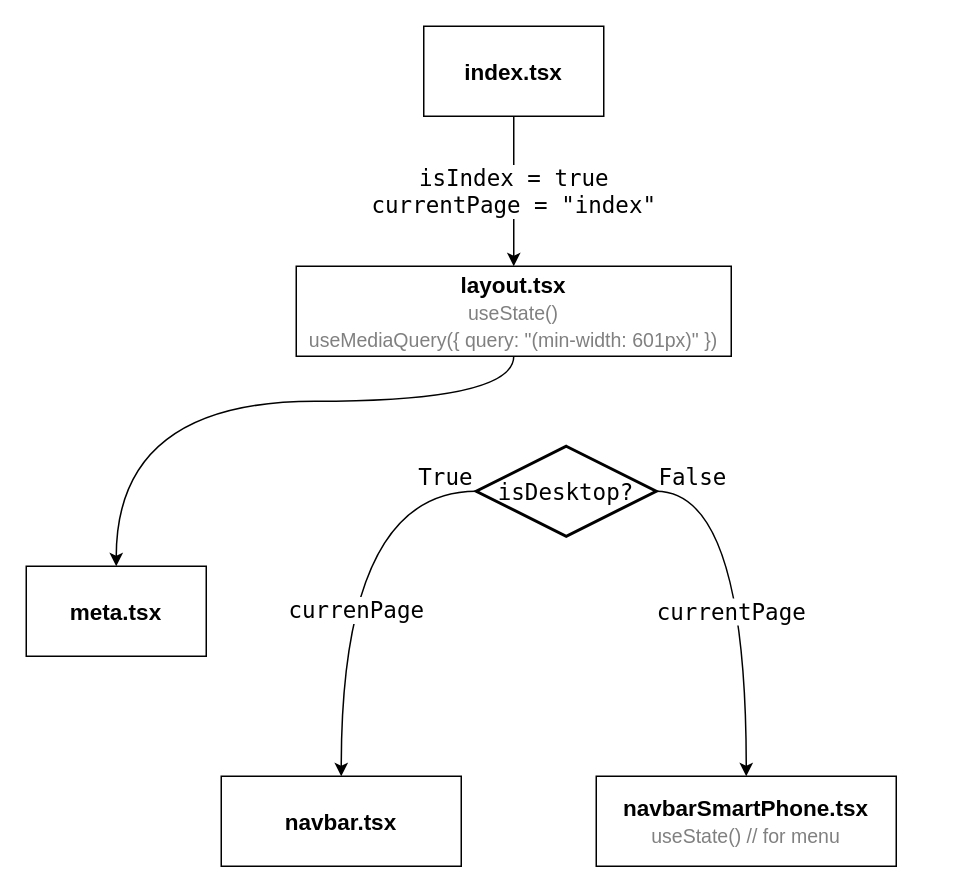
The draw.io diagram component_tree.drawio in Kashiwade-music/kashiwade-homepage, before the edit. Source tidied: cells renumbered, new cells numbered last; positions are measured from the earlier drawing's top-left corner, leaving out a move shared by most shapes. Both pictures are drawn from the tidied source at 150%, with x=0, y=0 at pixel (26, 26).
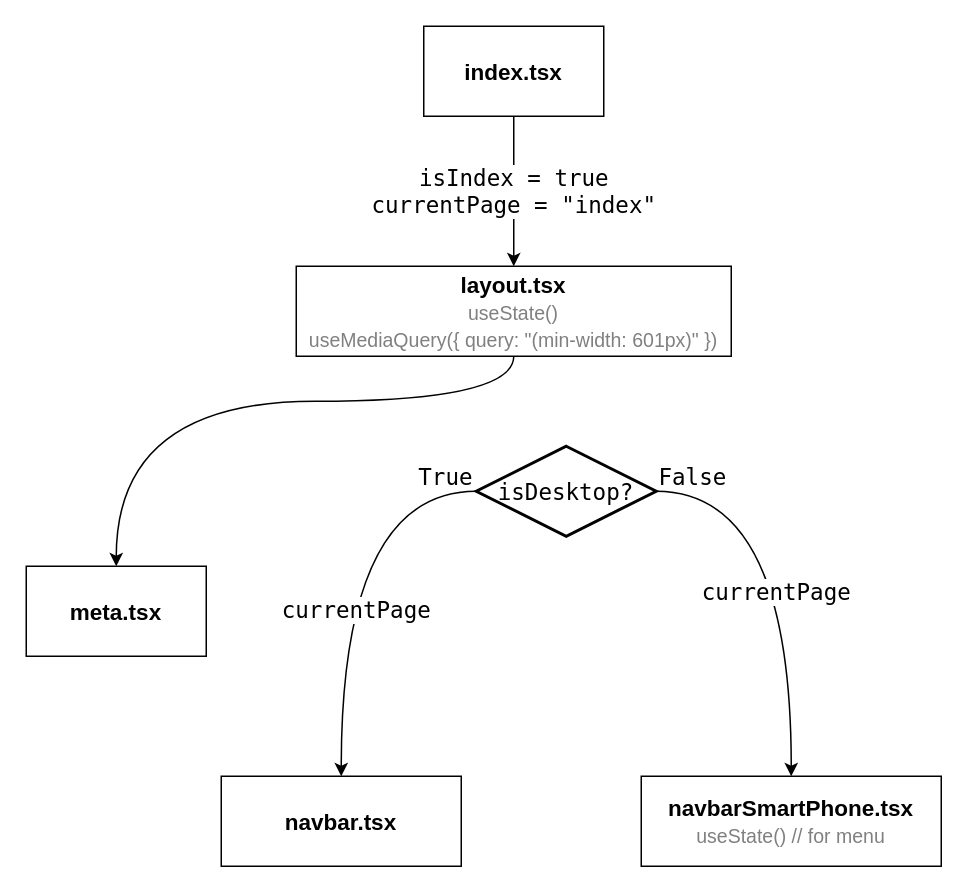
The same page after the edit.

What changed in the source:
```diff
@@
 <mxGraphModel>
   <root>
     <mxCell id="0" />
     <mxCell id="1" parent="0" />
     <mxCell id="2" value="isIndex = true&lt;br&gt;currentPage = &quot;index&quot;" style="edgeStyle=orthogonalEdgeStyle;rounded=0;jettySize=auto;html=1;entryX=0.5;entryY=0;entryDx=0;entryDy=0;fontSize=15;align=center;fontFamily=Lucida Console;" parent="1" edge="1" source="3" target="5">
       <mxGeometry relative="1" as="geometry" />
     </mxCell>
     <mxCell id="3" value="index.tsx" style="rounded=0;whiteSpace=wrap;html=1;fontSize=15;fontStyle=1;" parent="1" vertex="1">
       <mxGeometry x="265" width="120" height="60" as="geometry" />
     </mxCell>
     <mxCell id="4" style="edgeStyle=orthogonalEdgeStyle;rounded=0;jettySize=auto;html=1;fontFamily=Lucida Console;fontSize=15;align=left;curved=1;exitX=0.5;exitY=1;exitDx=0;exitDy=0;" parent="1" edge="1" source="5" target="6">
       <mxGeometry relative="1" as="geometry">
         <Array as="points">
           <mxPoint x="325" y="250" />
           <mxPoint x="60" y="250" />
         </Array>
       </mxGeometry>
     </mxCell>
     <mxCell id="5" value="layout.tsx&lt;br&gt;&lt;span style=&quot;font-weight: normal ; font-size: 13px&quot;&gt;&lt;font color=&quot;#808080&quot;&gt;useState()&lt;br&gt;useMediaQuery({ query: &quot;(min-width: 601px)&quot; })&lt;/font&gt;&lt;/span&gt;" style="rounded=0;whiteSpace=wrap;html=1;fontSize=15;fontStyle=1;" parent="1" vertex="1">
       <mxGeometry x="180" y="160" width="290" height="60" as="geometry" />
     </mxCell>
     <mxCell id="6" value="meta.tsx" style="rounded=0;whiteSpace=wrap;html=1;fontSize=15;fontStyle=1;" parent="1" vertex="1">
       <mxGeometry y="360" width="120" height="60" as="geometry" />
     </mxCell>
     <mxCell id="7" value="navbar.tsx&lt;span style=&quot;font-weight: normal ; font-size: 13px&quot;&gt;&lt;font color=&quot;#808080&quot;&gt;&lt;br&gt;&lt;/font&gt;&lt;/span&gt;" style="rounded=0;whiteSpace=wrap;html=1;fontSize=15;fontStyle=1;" parent="1" vertex="1">
       <mxGeometry x="130" y="500" width="160" height="60" as="geometry" />
     </mxCell>
     <mxCell id="8" value="navbarSmartPhone.tsx&lt;br&gt;&lt;span style=&quot;font-weight: normal ; font-size: 13px&quot;&gt;&lt;font color=&quot;#808080&quot;&gt;useState() // for menu&lt;br&gt;&lt;/font&gt;&lt;/span&gt;" style="rounded=0;whiteSpace=wrap;html=1;fontSize=15;fontStyle=1;" parent="1" vertex="1">
-      <mxGeometry x="380" y="500" width="200" height="60" as="geometry" />
+      <mxGeometry x="410" y="500" width="200" height="60" as="geometry" />
     </mxCell>
-    <mxCell id="9" value="currenPage" style="edgeStyle=orthogonalEdgeStyle;curved=1;rounded=0;jettySize=auto;html=1;fontFamily=Lucida Console;fontSize=15;align=center;exitX=0;exitY=0.5;exitDx=0;exitDy=0;exitPerimeter=0;" parent="1" edge="1" source="11" target="7">
+    <mxCell id="9" value="currentPage" style="edgeStyle=orthogonalEdgeStyle;curved=1;rounded=0;jettySize=auto;html=1;fontFamily=Lucida Console;fontSize=15;align=center;exitX=0;exitY=0.5;exitDx=0;exitDy=0;exitPerimeter=0;" parent="1" edge="1" source="11" target="7">
       <mxGeometry x="0.21" y="10" relative="1" as="geometry" />
     </mxCell>
     <mxCell id="10" value="currentPage" style="edgeStyle=orthogonalEdgeStyle;curved=1;rounded=0;jettySize=auto;html=1;entryX=0.5;entryY=0;entryDx=0;entryDy=0;fontFamily=Lucida Console;fontSize=15;align=center;exitX=1;exitY=0.5;exitDx=0;exitDy=0;exitPerimeter=0;" parent="1" edge="1" source="11" target="8">
       <mxGeometry x="0.12" y="-10" relative="1" as="geometry" />
     </mxCell>
     <mxCell id="11" value="isDesktop?" style="strokeWidth=2;html=1;shape=mxgraph.flowchart.decision;whiteSpace=wrap;fontFamily=Lucida Console;fontSize=15;" parent="1" vertex="1">
       <mxGeometry x="300" y="280" width="120" height="60" as="geometry" />
     </mxCell>
     <mxCell id="12" value="True" style="text;html=1;strokeColor=none;fillColor=none;align=right;verticalAlign=middle;whiteSpace=wrap;rounded=0;fontFamily=Lucida Console;fontSize=15;" parent="1" vertex="1">
       <mxGeometry x="260" y="290" width="40" height="20" as="geometry" />
     </mxCell>
     <mxCell id="13" value="False" style="text;html=1;strokeColor=none;fillColor=none;align=left;verticalAlign=middle;whiteSpace=wrap;rounded=0;fontFamily=Lucida Console;fontSize=15;" parent="1" vertex="1">
       <mxGeometry x="420" y="290" width="40" height="20" as="geometry" />
     </mxCell>
   </root>
 </mxGraphModel>
```
